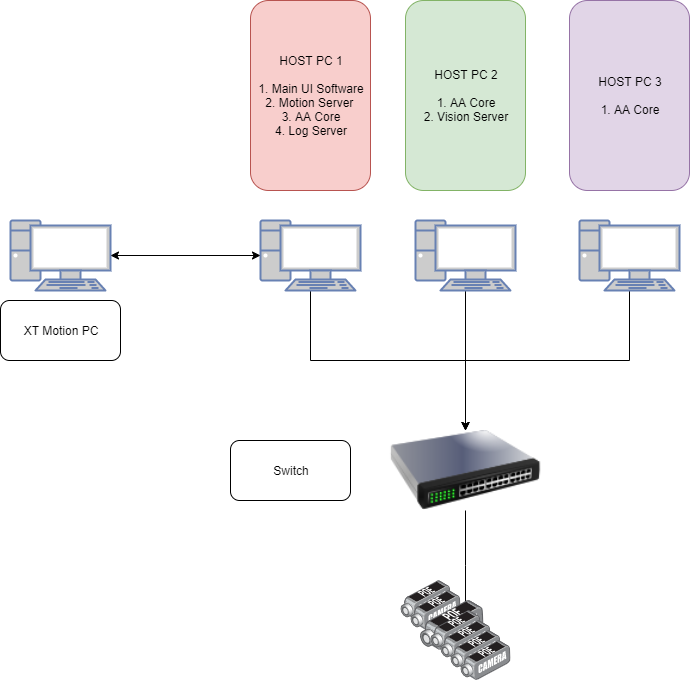
emillaii/silicool_software_documents keeps this draw.io diagram as ThreeHeadDesign/3 Head AA Design.png. Above is the earlier version. Source tidied: cells renumbered, new cells last; positions are measured from the earlier drawing's top-left corner, leaving out a move shared by most shapes. Source of this version:
```xml
<mxGraphModel>
  <root>
    <mxCell id="0" />
    <mxCell id="1" parent="0" />
    <mxCell id="2" style="edgeStyle=orthogonalEdgeStyle;rounded=0;jettySize=auto;html=1;exitX=0.5;exitY=1;exitDx=0;exitDy=0;exitPerimeter=0;entryX=0.5;entryY=0;entryDx=0;entryDy=0;" parent="1" edge="1" source="3" target="13">
      <mxGeometry relative="1" as="geometry" />
    </mxCell>
    <mxCell id="3" style="fontColor=#0066CC;verticalAlign=top;verticalLabelPosition=bottom;labelPosition=center;align=center;html=1;outlineConnect=0;fillColor=#CCCCCC;strokeColor=#6881B3;gradientColor=none;gradientDirection=north;strokeWidth=2;shape=mxgraph.networks.pc;" parent="1" vertex="1">
      <mxGeometry x="579" y="220" width="100" height="70" as="geometry" />
    </mxCell>
    <mxCell id="4" style="edgeStyle=orthogonalEdgeStyle;rounded=0;jettySize=auto;html=1;exitX=0.5;exitY=1;exitDx=0;exitDy=0;exitPerimeter=0;entryX=0.5;entryY=0;entryDx=0;entryDy=0;" parent="1" edge="1" source="5" target="13">
      <mxGeometry relative="1" as="geometry" />
    </mxCell>
    <mxCell id="5" style="fontColor=#0066CC;verticalAlign=top;verticalLabelPosition=bottom;labelPosition=center;align=center;html=1;outlineConnect=0;fillColor=#CCCCCC;strokeColor=#6881B3;gradientColor=none;gradientDirection=north;strokeWidth=2;shape=mxgraph.networks.pc;" parent="1" vertex="1">
      <mxGeometry x="415" y="220" width="100" height="70" as="geometry" />
    </mxCell>
    <mxCell id="6" style="edgeStyle=orthogonalEdgeStyle;rounded=0;jettySize=auto;html=1;exitX=0.5;exitY=1;exitDx=0;exitDy=0;exitPerimeter=0;entryX=0.5;entryY=0;entryDx=0;entryDy=0;" parent="1" edge="1" source="7" target="13">
      <mxGeometry relative="1" as="geometry" />
    </mxCell>
    <mxCell id="7" style="fontColor=#0066CC;verticalAlign=top;verticalLabelPosition=bottom;labelPosition=center;align=center;html=1;outlineConnect=0;fillColor=#CCCCCC;strokeColor=#6881B3;gradientColor=none;gradientDirection=north;strokeWidth=2;shape=mxgraph.networks.pc;" parent="1" vertex="1">
      <mxGeometry x="260" y="220" width="100" height="70" as="geometry" />
    </mxCell>
    <mxCell id="8" style="fontColor=#0066CC;verticalAlign=top;verticalLabelPosition=bottom;labelPosition=center;align=center;html=1;outlineConnect=0;fillColor=#CCCCCC;strokeColor=#6881B3;gradientColor=none;gradientDirection=north;strokeWidth=2;shape=mxgraph.networks.pc;" parent="1" vertex="1">
      <mxGeometry x="10" y="220" width="100" height="70" as="geometry" />
    </mxCell>
    <mxCell id="9" style="endArrow=classic;startArrow=classic;html=1;exitX=0;exitY=0.5;exitDx=0;exitDy=0;exitPerimeter=0;" parent="1" edge="1" source="7" target="8">
      <mxGeometry relative="1" as="geometry" />
    </mxCell>
    <mxCell id="10" value="XT Motion PC" style="rounded=1;whiteSpace=wrap;html=1;" parent="1" vertex="1">
      <mxGeometry y="300" width="120" height="60" as="geometry" />
    </mxCell>
    <mxCell id="11" value="HOST PC 1&lt;br&gt;&lt;br&gt;1. Main UI Software&lt;br&gt;2. Motion Server&amp;nbsp;&lt;br&gt;3. AA Core&lt;br&gt;4. Log Server" style="rounded=1;whiteSpace=wrap;html=1;fillColor=#f8cecc;strokeColor=#b85450;" parent="1" vertex="1">
      <mxGeometry x="250" width="120" height="190" as="geometry" />
    </mxCell>
    <mxCell id="12" style="edgeStyle=orthogonalEdgeStyle;rounded=0;jettySize=auto;html=1;exitX=0.5;exitY=1;exitDx=0;exitDy=0;entryX=0.49;entryY=0.05;entryDx=0;entryDy=0;entryPerimeter=0;" parent="1" edge="1" source="13" target="21">
      <mxGeometry relative="1" as="geometry" />
    </mxCell>
    <mxCell id="13" style="image;html=1;labelBackgroundColor=#ffffff;image=img/lib/clip_art/networking/Switch_128x128.png;" parent="1" vertex="1">
      <mxGeometry x="310" y="430" width="310" height="80" as="geometry" />
    </mxCell>
    <mxCell id="14" value="HOST PC 2&lt;br&gt;&lt;br&gt;1. AA Core&lt;br&gt;2. Vision Server" style="rounded=1;whiteSpace=wrap;html=1;fillColor=#d5e8d4;strokeColor=#82b366;" parent="1" vertex="1">
      <mxGeometry x="405" width="120" height="190" as="geometry" />
    </mxCell>
    <mxCell id="15" value="HOST PC 3&lt;br&gt;&lt;br&gt;1. AA Core" style="rounded=1;whiteSpace=wrap;html=1;fillColor=#e1d5e7;strokeColor=#9673a6;" parent="1" vertex="1">
      <mxGeometry x="569" width="120" height="190" as="geometry" />
    </mxCell>
    <mxCell id="16" style="group;" parent="1" vertex="1">
      <mxGeometry x="400" y="580" width="111" height="100.2" as="geometry" />
    </mxCell>
    <mxCell id="17" style="html=1;align=center;shadow=0;dashed=0;image;image=img/lib/allied_telesis/security/POE_DVS_Camera.svg;" parent="16" vertex="1">
      <mxGeometry width="51" height="40.2" as="geometry" />
    </mxCell>
    <mxCell id="18" style="html=1;align=center;shadow=0;dashed=0;image;image=img/lib/allied_telesis/security/POE_DVS_Camera.svg;" parent="16" vertex="1">
      <mxGeometry x="10" y="10" width="51" height="40.2" as="geometry" />
    </mxCell>
    <mxCell id="19" style="html=1;align=center;shadow=0;dashed=0;image;image=img/lib/allied_telesis/security/POE_DVS_Camera.svg;" parent="16" vertex="1">
      <mxGeometry x="20" y="20" width="63.4" height="50" as="geometry" />
    </mxCell>
    <mxCell id="20" style="html=1;align=center;shadow=0;dashed=0;image;image=img/lib/allied_telesis/security/POE_DVS_Camera.svg;" parent="16" vertex="1">
      <mxGeometry x="30" y="30" width="51" height="40.2" as="geometry" />
    </mxCell>
    <mxCell id="21" style="points=[];html=1;align=center;shadow=0;dashed=0;image;image=img/lib/allied_telesis/security/POE_DVS_Camera.svg;" parent="16" vertex="1">
      <mxGeometry x="40" y="40" width="51" height="40.2" as="geometry" />
    </mxCell>
    <mxCell id="22" style="html=1;align=center;shadow=0;dashed=0;image;image=img/lib/allied_telesis/security/POE_DVS_Camera.svg;" parent="16" vertex="1">
      <mxGeometry x="50" y="50" width="51" height="40.2" as="geometry" />
    </mxCell>
    <mxCell id="23" style="html=1;align=center;shadow=0;dashed=0;image;image=img/lib/allied_telesis/security/POE_DVS_Camera.svg;" parent="16" vertex="1">
      <mxGeometry x="60" y="60" width="51" height="40.2" as="geometry" />
    </mxCell>
    <mxCell id="24" value="Switch" style="rounded=1;whiteSpace=wrap;html=1;" parent="1" vertex="1">
      <mxGeometry x="230" y="440" width="120" height="60" as="geometry" />
    </mxCell>
  </root>
</mxGraphModel>
```
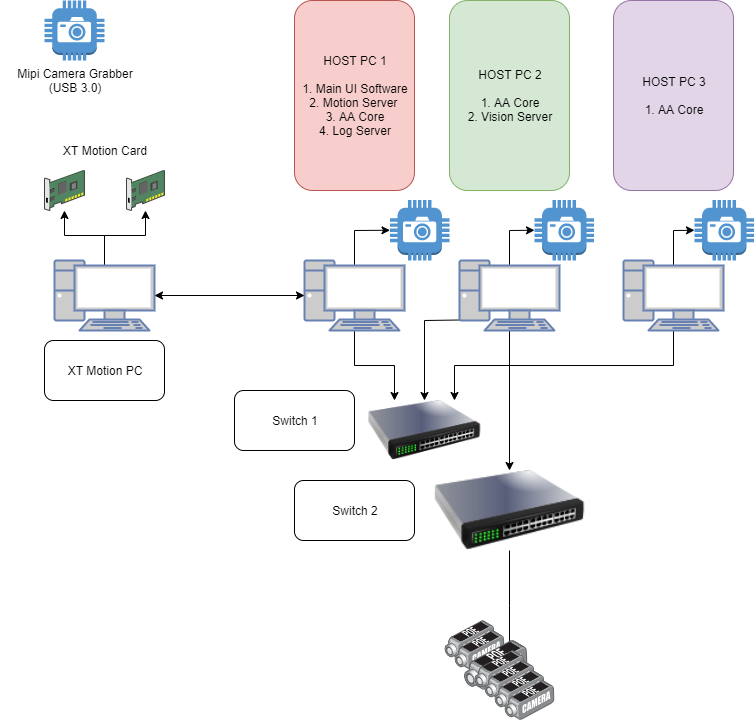
The same diagram one commit later.

The edit, as a diff of the source:
```diff
@@ -2,24 +2,42 @@
   <root>
     <mxCell id="0" />
     <mxCell id="1" parent="0" />
-    <mxCell id="2" style="edgeStyle=orthogonalEdgeStyle;rounded=0;jettySize=auto;html=1;exitX=0.5;exitY=1;exitDx=0;exitDy=0;exitPerimeter=0;entryX=0.5;entryY=0;entryDx=0;entryDy=0;" parent="1" edge="1" source="3" target="13">
-      <mxGeometry relative="1" as="geometry" />
-    </mxCell>
+    <mxCell id="25" style="edgeStyle=orthogonalEdgeStyle;rounded=0;jettySize=auto;html=1;exitX=0.5;exitY=1;exitDx=0;exitDy=0;exitPerimeter=0;entryX=0.75;entryY=0;entryDx=0;entryDy=0;" parent="1" edge="1" source="3" target="33">
+      <mxGeometry relative="1" as="geometry" />
+    </mxCell>
+    <mxCell id="26" style="edgeStyle=orthogonalEdgeStyle;rounded=0;jettySize=auto;html=1;exitX=0.5;exitY=0.07;exitDx=0;exitDy=0;exitPerimeter=0;entryX=0;entryY=0.5;entryDx=0;entryDy=0;entryPerimeter=0;" parent="1" edge="1" source="3" target="39">
+      <mxGeometry relative="1" as="geometry" />
+    </mxCell>
     <mxCell id="3" style="fontColor=#0066CC;verticalAlign=top;verticalLabelPosition=bottom;labelPosition=center;align=center;html=1;outlineConnect=0;fillColor=#CCCCCC;strokeColor=#6881B3;gradientColor=none;gradientDirection=north;strokeWidth=2;shape=mxgraph.networks.pc;" parent="1" vertex="1">
       <mxGeometry x="579" y="220" width="100" height="70" as="geometry" />
     </mxCell>
     <mxCell id="4" style="edgeStyle=orthogonalEdgeStyle;rounded=0;jettySize=auto;html=1;exitX=0.5;exitY=1;exitDx=0;exitDy=0;exitPerimeter=0;entryX=0.5;entryY=0;entryDx=0;entryDy=0;" parent="1" edge="1" source="5" target="13">
       <mxGeometry relative="1" as="geometry" />
     </mxCell>
+    <mxCell id="27" style="edgeStyle=orthogonalEdgeStyle;rounded=0;jettySize=auto;html=1;exitX=0;exitY=0.85;exitDx=0;exitDy=0;exitPerimeter=0;entryX=0.5;entryY=0;entryDx=0;entryDy=0;" parent="1" edge="1" source="5" target="33">
+      <mxGeometry relative="1" as="geometry" />
+    </mxCell>
+    <mxCell id="28" style="edgeStyle=orthogonalEdgeStyle;rounded=0;jettySize=auto;html=1;exitX=0.5;exitY=0.07;exitDx=0;exitDy=0;exitPerimeter=0;entryX=0;entryY=0.5;entryDx=0;entryDy=0;entryPerimeter=0;" parent="1" edge="1" source="5" target="38">
+      <mxGeometry relative="1" as="geometry" />
+    </mxCell>
     <mxCell id="5" style="fontColor=#0066CC;verticalAlign=top;verticalLabelPosition=bottom;labelPosition=center;align=center;html=1;outlineConnect=0;fillColor=#CCCCCC;strokeColor=#6881B3;gradientColor=none;gradientDirection=north;strokeWidth=2;shape=mxgraph.networks.pc;" parent="1" vertex="1">
       <mxGeometry x="415" y="220" width="100" height="70" as="geometry" />
     </mxCell>
-    <mxCell id="6" style="edgeStyle=orthogonalEdgeStyle;rounded=0;jettySize=auto;html=1;exitX=0.5;exitY=1;exitDx=0;exitDy=0;exitPerimeter=0;entryX=0.5;entryY=0;entryDx=0;entryDy=0;" parent="1" edge="1" source="7" target="13">
-      <mxGeometry relative="1" as="geometry" />
-    </mxCell>
+    <mxCell id="29" style="edgeStyle=orthogonalEdgeStyle;rounded=0;jettySize=auto;html=1;exitX=0.5;exitY=1;exitDx=0;exitDy=0;exitPerimeter=0;entryX=0.25;entryY=0;entryDx=0;entryDy=0;" parent="1" edge="1" source="7" target="33">
+      <mxGeometry relative="1" as="geometry" />
+    </mxCell>
+    <mxCell id="30" style="edgeStyle=orthogonalEdgeStyle;rounded=0;jettySize=auto;html=1;exitX=0.5;exitY=0.07;exitDx=0;exitDy=0;exitPerimeter=0;entryX=0;entryY=0.5;entryDx=0;entryDy=0;entryPerimeter=0;" parent="1" edge="1" source="7" target="37">
+      <mxGeometry relative="1" as="geometry" />
+    </mxCell>
     <mxCell id="7" style="fontColor=#0066CC;verticalAlign=top;verticalLabelPosition=bottom;labelPosition=center;align=center;html=1;outlineConnect=0;fillColor=#CCCCCC;strokeColor=#6881B3;gradientColor=none;gradientDirection=north;strokeWidth=2;shape=mxgraph.networks.pc;" parent="1" vertex="1">
       <mxGeometry x="260" y="220" width="100" height="70" as="geometry" />
     </mxCell>
+    <mxCell id="31" style="edgeStyle=orthogonalEdgeStyle;rounded=0;jettySize=auto;html=1;exitX=0.5;exitY=0.07;exitDx=0;exitDy=0;exitPerimeter=0;" parent="1" edge="1" source="8" target="36">
+      <mxGeometry relative="1" as="geometry" />
+    </mxCell>
+    <mxCell id="32" style="edgeStyle=orthogonalEdgeStyle;rounded=0;jettySize=auto;html=1;exitX=0.5;exitY=0.07;exitDx=0;exitDy=0;exitPerimeter=0;" parent="1" edge="1" source="8" target="35">
+      <mxGeometry relative="1" as="geometry" />
+    </mxCell>
     <mxCell id="8" style="fontColor=#0066CC;verticalAlign=top;verticalLabelPosition=bottom;labelPosition=center;align=center;html=1;outlineConnect=0;fillColor=#CCCCCC;strokeColor=#6881B3;gradientColor=none;gradientDirection=north;strokeWidth=2;shape=mxgraph.networks.pc;" parent="1" vertex="1">
       <mxGeometry x="10" y="220" width="100" height="70" as="geometry" />
     </mxCell>
@@ -30,7 +48,7 @@
       <mxGeometry y="300" width="120" height="60" as="geometry" />
     </mxCell>
     <mxCell id="11" value="HOST PC 1&lt;br&gt;&lt;br&gt;1. Main UI Software&lt;br&gt;2. Motion Server&amp;nbsp;&lt;br&gt;3. AA Core&lt;br&gt;4. Log Server" style="rounded=1;whiteSpace=wrap;html=1;fillColor=#f8cecc;strokeColor=#b85450;" parent="1" vertex="1">
-      <mxGeometry x="250" width="120" height="190" as="geometry" />
+      <mxGeometry x="250" y="-40" width="120" height="190" as="geometry" />
     </mxCell>
     <mxCell id="12" style="edgeStyle=orthogonalEdgeStyle;rounded=0;jettySize=auto;html=1;exitX=0.5;exitY=1;exitDx=0;exitDy=0;entryX=0.49;entryY=0.05;entryDx=0;entryDy=0;entryPerimeter=0;" parent="1" edge="1" source="13" target="21">
       <mxGeometry relative="1" as="geometry" />
@@ -39,10 +57,10 @@
       <mxGeometry x="310" y="430" width="310" height="80" as="geometry" />
     </mxCell>
     <mxCell id="14" value="HOST PC 2&lt;br&gt;&lt;br&gt;1. AA Core&lt;br&gt;2. Vision Server" style="rounded=1;whiteSpace=wrap;html=1;fillColor=#d5e8d4;strokeColor=#82b366;" parent="1" vertex="1">
-      <mxGeometry x="405" width="120" height="190" as="geometry" />
+      <mxGeometry x="405" y="-40" width="120" height="190" as="geometry" />
     </mxCell>
     <mxCell id="15" value="HOST PC 3&lt;br&gt;&lt;br&gt;1. AA Core" style="rounded=1;whiteSpace=wrap;html=1;fillColor=#e1d5e7;strokeColor=#9673a6;" parent="1" vertex="1">
-      <mxGeometry x="569" width="120" height="190" as="geometry" />
+      <mxGeometry x="569" y="-40" width="120" height="190" as="geometry" />
     </mxCell>
     <mxCell id="16" style="group;" parent="1" vertex="1">
       <mxGeometry x="400" y="580" width="111" height="100.2" as="geometry" />
@@ -68,8 +86,38 @@
     <mxCell id="23" style="html=1;align=center;shadow=0;dashed=0;image;image=img/lib/allied_telesis/security/POE_DVS_Camera.svg;" parent="16" vertex="1">
       <mxGeometry x="60" y="60" width="51" height="40.2" as="geometry" />
     </mxCell>
-    <mxCell id="24" value="Switch" style="rounded=1;whiteSpace=wrap;html=1;" parent="1" vertex="1">
-      <mxGeometry x="230" y="440" width="120" height="60" as="geometry" />
+    <mxCell id="24" value="Switch 2" style="rounded=1;whiteSpace=wrap;html=1;" parent="1" vertex="1">
+      <mxGeometry x="250" y="440" width="120" height="60" as="geometry" />
     </mxCell>
+    <mxCell id="33" style="image;html=1;labelBackgroundColor=#ffffff;image=img/lib/clip_art/networking/Switch_128x128.png;" parent="1" vertex="1">
+      <mxGeometry x="320" y="360" width="120" height="60" as="geometry" />
+    </mxCell>
+    <mxCell id="34" value="Switch 1" style="rounded=1;whiteSpace=wrap;html=1;" parent="1" vertex="1">
+      <mxGeometry x="190" y="350" width="120" height="60" as="geometry" />
+    </mxCell>
+    <mxCell id="35" style="shadow=0;dashed=0;html=1;labelPosition=center;verticalLabelPosition=bottom;verticalAlign=top;align=center;outlineConnect=0;shape=mxgraph.veeam.3d.network_card;" parent="1" vertex="1">
+      <mxGeometry y="130" width="40" height="40" as="geometry" />
+    </mxCell>
+    <mxCell id="36" style="shadow=0;dashed=0;html=1;labelPosition=center;verticalLabelPosition=bottom;verticalAlign=top;align=center;outlineConnect=0;shape=mxgraph.veeam.3d.network_card;" parent="1" vertex="1">
+      <mxGeometry x="82" y="130" width="38" height="40" as="geometry" />
+    </mxCell>
+    <mxCell id="37" style="outlineConnect=0;dashed=0;verticalLabelPosition=bottom;verticalAlign=top;align=center;html=1;shape=mxgraph.aws3.camera;fillColor=#5294CF;gradientColor=none;" parent="1" vertex="1">
+      <mxGeometry x="345.5" y="159.5" width="59.5" height="60.5" as="geometry" />
+    </mxCell>
+    <mxCell id="38" style="outlineConnect=0;dashed=0;verticalLabelPosition=bottom;verticalAlign=top;align=center;html=1;shape=mxgraph.aws3.camera;fillColor=#5294CF;gradientColor=none;" parent="1" vertex="1">
+      <mxGeometry x="490" y="159.5" width="59.5" height="60.5" as="geometry" />
+    </mxCell>
+    <mxCell id="39" style="outlineConnect=0;dashed=0;verticalLabelPosition=bottom;verticalAlign=top;align=center;html=1;shape=mxgraph.aws3.camera;fillColor=#5294CF;gradientColor=none;" parent="1" vertex="1">
+      <mxGeometry x="650" y="159.5" width="59.5" height="60.5" as="geometry" />
+    </mxCell>
+    <mxCell id="40" style="dashed=0;verticalLabelPosition=bottom;verticalAlign=top;align=center;html=1;shape=mxgraph.aws3.camera;fillColor=#5294CF;gradientColor=none;" parent="1" vertex="1">
+      <mxGeometry y="-40" width="60" height="60" as="geometry" />
+    </mxCell>
+    <mxCell id="41" value="Mipi Camera Grabber (USB 3.0)&lt;br&gt;" style="text;html=1;strokeColor=none;fillColor=none;align=center;verticalAlign=middle;whiteSpace=wrap;rounded=0;" parent="1" vertex="1">
+      <mxGeometry x="-44" y="30" width="148" height="20" as="geometry" />
+    </mxCell>
+    <mxCell id="42" value="XT Motion Card" style="text;html=1;strokeColor=none;fillColor=none;align=center;verticalAlign=middle;whiteSpace=wrap;rounded=0;" parent="1" vertex="1">
+      <mxGeometry x="-14" y="100" width="148" height="20" as="geometry" />
+    </mxCell>
   </root>
 </mxGraphModel>
```
